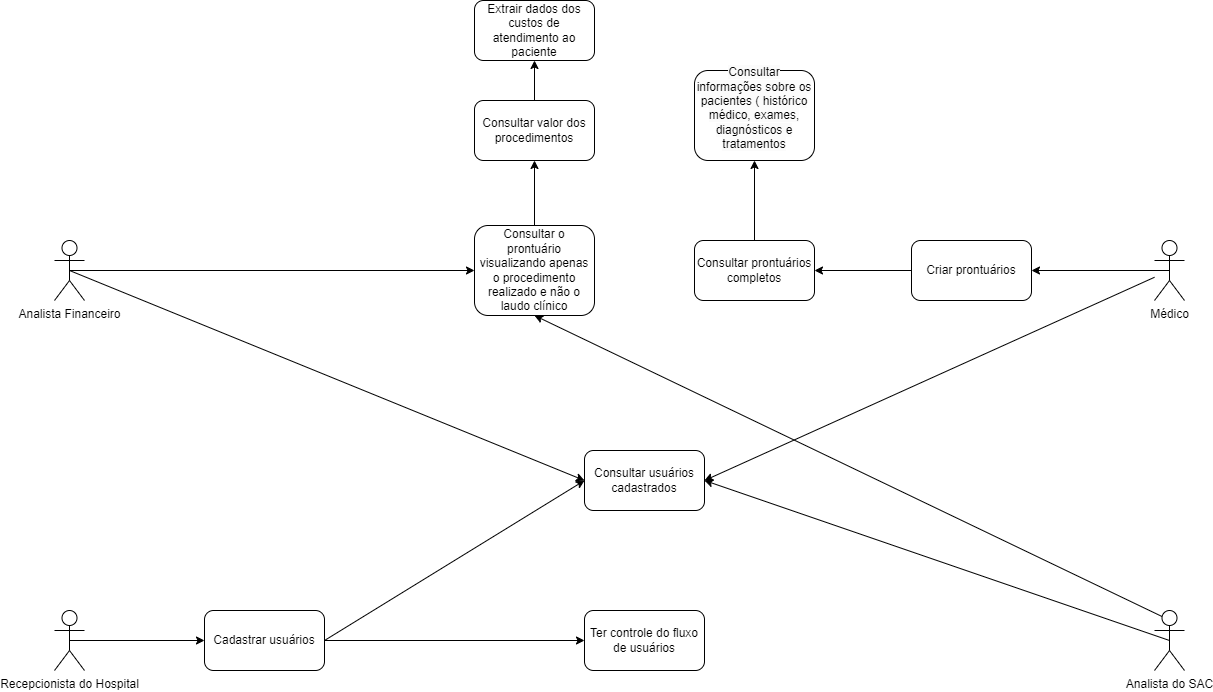
This is docs/img/diagrama_prontuário.png from ICEI-PUC-Minas-PMV-ADS/pmv-ads-2023-1-e2-proj-int-t3-pmv-ads-2023-1-e3-proj-int-t3-time4-pec, a draw.io export, as it was before one commit. Source tidied: cells renumbered, new cells last; positions are measured from the earlier drawing's top-left corner, leaving out a move shared by most shapes.
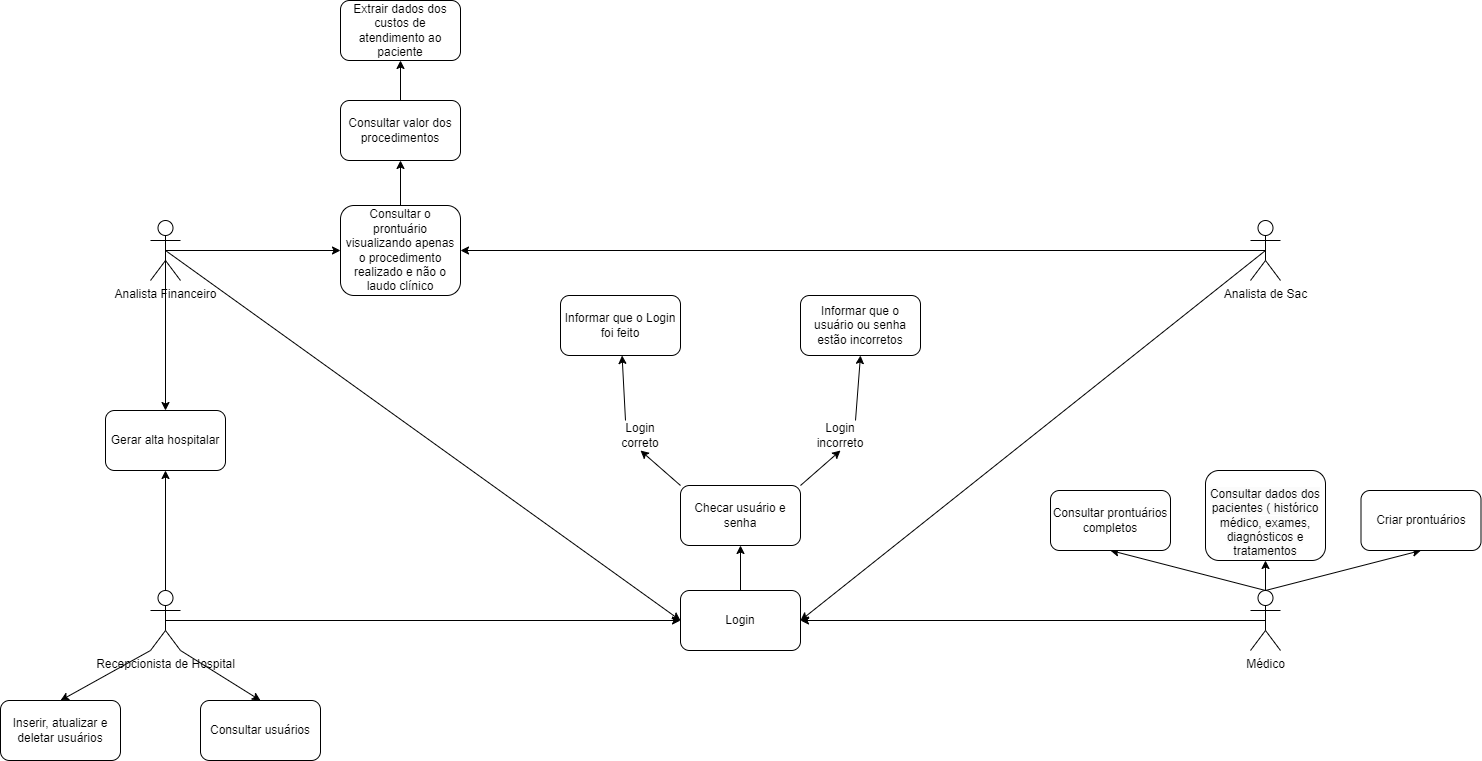
The same file after the commit.

What changed in the source:
```diff
@@ -2,89 +2,122 @@
   <root>
     <mxCell id="0" />
     <mxCell id="1" parent="0" />
-    <mxCell id="2" style="edgeStyle=orthogonalEdgeStyle;rounded=1;jettySize=auto;html=1;exitX=0.5;exitY=0.5;exitDx=0;exitDy=0;exitPerimeter=0;entryX=0;entryY=0.5;entryDx=0;entryDy=0;" parent="1" edge="1" source="3" target="15">
-      <mxGeometry relative="1" as="geometry" />
-    </mxCell>
+    <mxCell id="28" style="rounded=0;jettySize=auto;html=1;exitX=0.5;exitY=0.5;exitDx=0;exitDy=0;exitPerimeter=0;" parent="1" edge="1" source="3" target="42">
+      <mxGeometry relative="1" as="geometry" />
+    </mxCell>
+    <mxCell id="29" style="rounded=0;jettySize=auto;html=1;exitX=0;exitY=1;exitDx=0;exitDy=0;exitPerimeter=0;entryX=0.5;entryY=0;entryDx=0;entryDy=0;" parent="1" edge="1" source="3" target="53">
+      <mxGeometry relative="1" as="geometry" />
+    </mxCell>
+    <mxCell id="30" style="rounded=0;jettySize=auto;html=1;exitX=1;exitY=1;exitDx=0;exitDy=0;exitPerimeter=0;entryX=0.5;entryY=0;entryDx=0;entryDy=0;" parent="1" edge="1" source="3" target="52">
+      <mxGeometry relative="1" as="geometry" />
+    </mxCell>
+    <mxCell id="31" style="edgeStyle=orthogonalEdgeStyle;rounded=0;jettySize=auto;html=1;exitX=0.5;exitY=0;exitDx=0;exitDy=0;exitPerimeter=0;entryX=0.5;entryY=1;entryDx=0;entryDy=0;" parent="1" edge="1" source="3" target="54">
+      <mxGeometry relative="1" as="geometry" />
+    </mxCell>
-    <mxCell id="3" value="Recepcionista do Hospital" style="shape=umlActor;verticalLabelPosition=bottom;verticalAlign=top;html=1;outlineConnect=0;rounded=1;" parent="1" vertex="1">
+    <mxCell id="3" value="Recepcionista de Hospital&lt;br&gt;" style="shape=umlActor;verticalLabelPosition=bottom;verticalAlign=top;html=1;outlineConnect=0;rounded=1;" parent="1" vertex="1">
       <mxGeometry y="610" width="30" height="60" as="geometry" />
     </mxCell>
-    <mxCell id="4" style="edgeStyle=orthogonalEdgeStyle;rounded=1;jettySize=auto;html=1;exitX=0.5;exitY=0.5;exitDx=0;exitDy=0;exitPerimeter=0;entryX=1;entryY=0.5;entryDx=0;entryDy=0;" parent="1" edge="1" source="6" target="18">
-      <mxGeometry relative="1" as="geometry" />
-    </mxCell>
-    <mxCell id="5" style="rounded=1;jettySize=auto;html=1;entryX=1;entryY=0.5;entryDx=0;entryDy=0;" parent="1" edge="1" source="6" target="16">
-      <mxGeometry relative="1" as="geometry" />
-    </mxCell>
+    <mxCell id="32" style="rounded=0;jettySize=auto;html=1;exitX=0.5;exitY=0.5;exitDx=0;exitDy=0;exitPerimeter=0;entryX=1;entryY=0.5;entryDx=0;entryDy=0;" parent="1" edge="1" source="6" target="42">
+      <mxGeometry relative="1" as="geometry" />
+    </mxCell>
+    <mxCell id="33" style="edgeStyle=orthogonalEdgeStyle;rounded=0;jettySize=auto;html=1;exitX=0.5;exitY=0.5;exitDx=0;exitDy=0;exitPerimeter=0;entryX=1;entryY=0.5;entryDx=0;entryDy=0;" parent="1" edge="1" source="6" target="22">
+      <mxGeometry relative="1" as="geometry" />
+    </mxCell>
-    <mxCell id="6" value="Médico" style="shape=umlActor;verticalLabelPosition=bottom;verticalAlign=top;html=1;outlineConnect=0;rounded=1;" parent="1" vertex="1">
+    <mxCell id="6" value="Analista de Sac" style="shape=umlActor;verticalLabelPosition=bottom;verticalAlign=top;html=1;outlineConnect=0;rounded=1;" parent="1" vertex="1">
       <mxGeometry x="1100" y="240" width="30" height="60" as="geometry" />
     </mxCell>
-    <mxCell id="7" style="edgeStyle=none;rounded=1;jettySize=auto;html=1;exitX=0.5;exitY=0.5;exitDx=0;exitDy=0;exitPerimeter=0;entryX=0;entryY=0.5;entryDx=0;entryDy=0;" parent="1" edge="1" source="9" target="16">
-      <mxGeometry relative="1" as="geometry" />
-    </mxCell>
+    <mxCell id="34" style="rounded=0;jettySize=auto;html=1;exitX=0.5;exitY=0.5;exitDx=0;exitDy=0;exitPerimeter=0;entryX=0;entryY=0.5;entryDx=0;entryDy=0;" parent="1" edge="1" source="9" target="42">
+      <mxGeometry relative="1" as="geometry" />
+    </mxCell>
-    <mxCell id="8" style="edgeStyle=none;rounded=1;jettySize=auto;html=1;exitX=0.5;exitY=0.5;exitDx=0;exitDy=0;exitPerimeter=0;entryX=0;entryY=0.5;entryDx=0;entryDy=0;" parent="1" edge="1" source="9" target="22">
+    <mxCell id="8" style="edgeStyle=orthogonalEdgeStyle;rounded=0;jettySize=auto;html=1;exitX=0.5;exitY=0.5;exitDx=0;exitDy=0;exitPerimeter=0;entryX=0;entryY=0.5;entryDx=0;entryDy=0;" parent="1" edge="1" source="9" target="22">
       <mxGeometry relative="1" as="geometry" />
     </mxCell>
+    <mxCell id="35" style="edgeStyle=orthogonalEdgeStyle;rounded=0;jettySize=auto;html=1;exitX=0.5;exitY=0.5;exitDx=0;exitDy=0;exitPerimeter=0;entryX=0.5;entryY=0;entryDx=0;entryDy=0;" parent="1" edge="1" source="9" target="54">
+      <mxGeometry relative="1" as="geometry" />
+    </mxCell>
     <mxCell id="9" value="Analista Financeiro" style="shape=umlActor;verticalLabelPosition=bottom;verticalAlign=top;html=1;outlineConnect=0;rounded=1;" parent="1" vertex="1">
       <mxGeometry y="240" width="30" height="60" as="geometry" />
     </mxCell>
-    <mxCell id="10" style="edgeStyle=none;rounded=1;jettySize=auto;html=1;exitX=0.5;exitY=0.5;exitDx=0;exitDy=0;exitPerimeter=0;entryX=1;entryY=0.5;entryDx=0;entryDy=0;" parent="1" edge="1" source="12" target="16">
-      <mxGeometry relative="1" as="geometry" />
-    </mxCell>
-    <mxCell id="11" style="edgeStyle=none;rounded=1;jettySize=auto;html=1;exitX=0.25;exitY=0.1;exitDx=0;exitDy=0;exitPerimeter=0;entryX=0.5;entryY=1;entryDx=0;entryDy=0;" parent="1" edge="1" source="12" target="22">
-      <mxGeometry relative="1" as="geometry" />
-    </mxCell>
+    <mxCell id="36" style="rounded=0;jettySize=auto;html=1;exitX=0.5;exitY=0.5;exitDx=0;exitDy=0;exitPerimeter=0;entryX=1;entryY=0.5;entryDx=0;entryDy=0;" parent="1" edge="1" source="12" target="42">
+      <mxGeometry relative="1" as="geometry" />
+    </mxCell>
+    <mxCell id="37" style="edgeStyle=orthogonalEdgeStyle;rounded=0;jettySize=auto;html=1;exitX=0.5;exitY=0;exitDx=0;exitDy=0;exitPerimeter=0;entryX=0.5;entryY=1;entryDx=0;entryDy=0;" parent="1" edge="1" source="12" target="27">
+      <mxGeometry relative="1" as="geometry" />
+    </mxCell>
+    <mxCell id="38" style="rounded=0;jettySize=auto;html=1;exitX=0.5;exitY=0;exitDx=0;exitDy=0;exitPerimeter=0;entryX=0.5;entryY=1;entryDx=0;entryDy=0;" parent="1" edge="1" source="12" target="18">
+      <mxGeometry relative="1" as="geometry" />
+    </mxCell>
+    <mxCell id="39" style="rounded=0;jettySize=auto;html=1;exitX=0.5;exitY=0;exitDx=0;exitDy=0;exitPerimeter=0;entryX=0.5;entryY=1;entryDx=0;entryDy=0;" parent="1" edge="1" source="12" target="20">
+      <mxGeometry relative="1" as="geometry" />
+    </mxCell>
-    <mxCell id="12" value="Analista do SAC" style="shape=umlActor;verticalLabelPosition=bottom;verticalAlign=top;html=1;outlineConnect=0;rounded=1;" parent="1" vertex="1">
+    <mxCell id="12" value="Médico&lt;br&gt;" style="shape=umlActor;verticalLabelPosition=bottom;verticalAlign=top;html=1;outlineConnect=0;rounded=1;" parent="1" vertex="1">
       <mxGeometry x="1100" y="610" width="30" height="60" as="geometry" />
     </mxCell>
-    <mxCell id="13" style="edgeStyle=none;rounded=1;jettySize=auto;html=1;exitX=1;exitY=0.5;exitDx=0;exitDy=0;" parent="1" edge="1" source="15">
-      <mxGeometry relative="1" as="geometry">
-        <mxPoint x="530" y="480" as="targetPoint" />
-      </mxGeometry>
-    </mxCell>
-    <mxCell id="14" style="edgeStyle=none;rounded=1;jettySize=auto;html=1;exitX=1;exitY=0.5;exitDx=0;exitDy=0;" parent="1" edge="1" source="15" target="23">
-      <mxGeometry relative="1" as="geometry" />
-    </mxCell>
-    <mxCell id="15" value="Cadastrar usuários" style="rounded=1;whiteSpace=wrap;html=1;" parent="1" vertex="1">
-      <mxGeometry x="150" y="610" width="120" height="60" as="geometry" />
-    </mxCell>
-    <mxCell id="16" value="Consultar usuários cadastrados" style="rounded=1;whiteSpace=wrap;html=1;" parent="1" vertex="1">
-      <mxGeometry x="530" y="450" width="120" height="60" as="geometry" />
-    </mxCell>
-    <mxCell id="17" style="edgeStyle=orthogonalEdgeStyle;rounded=1;jettySize=auto;html=1;exitX=0;exitY=0.5;exitDx=0;exitDy=0;" parent="1" edge="1" source="18" target="20">
-      <mxGeometry relative="1" as="geometry" />
-    </mxCell>
     <mxCell id="18" value="Criar prontuários" style="rounded=1;whiteSpace=wrap;html=1;" parent="1" vertex="1">
-      <mxGeometry x="857" y="240" width="120" height="60" as="geometry" />
+      <mxGeometry x="1210.5" y="510" width="120" height="60" as="geometry" />
     </mxCell>
-    <mxCell id="19" style="edgeStyle=none;rounded=1;jettySize=auto;html=1;exitX=0.5;exitY=0;exitDx=0;exitDy=0;" parent="1" edge="1" source="20">
-      <mxGeometry relative="1" as="geometry">
-        <mxPoint x="700" y="160" as="targetPoint" />
-      </mxGeometry>
-    </mxCell>
     <mxCell id="20" value="Consultar prontuários completos" style="rounded=1;whiteSpace=wrap;html=1;" parent="1" vertex="1">
-      <mxGeometry x="640" y="240" width="120" height="60" as="geometry" />
+      <mxGeometry x="900" y="510" width="120" height="60" as="geometry" />
     </mxCell>
-    <mxCell id="21" style="edgeStyle=none;rounded=1;jettySize=auto;html=1;exitX=0.5;exitY=0;exitDx=0;exitDy=0;entryX=0.5;entryY=1;entryDx=0;entryDy=0;" parent="1" edge="1" source="22">
-      <mxGeometry relative="1" as="geometry">
-        <mxPoint x="480" y="160" as="targetPoint" />
-      </mxGeometry>
-    </mxCell>
+    <mxCell id="40" style="edgeStyle=orthogonalEdgeStyle;rounded=0;jettySize=auto;html=1;exitX=0.5;exitY=0;exitDx=0;exitDy=0;entryX=0.5;entryY=1;entryDx=0;entryDy=0;" parent="1" edge="1" source="22" target="25">
+      <mxGeometry relative="1" as="geometry" />
+    </mxCell>
     <mxCell id="22" value="Consultar o prontuário visualizando apenas o procedimento realizado e não o laudo clínico" style="rounded=1;whiteSpace=wrap;html=1;" parent="1" vertex="1">
-      <mxGeometry x="420" y="225" width="120" height="90" as="geometry" />
+      <mxGeometry x="190" y="225" width="120" height="90" as="geometry" />
     </mxCell>
-    <mxCell id="23" value="Ter controle do fluxo de usuários" style="rounded=1;whiteSpace=wrap;html=1;" parent="1" vertex="1">
-      <mxGeometry x="530" y="610" width="120" height="60" as="geometry" />
-    </mxCell>
     <mxCell id="24" style="edgeStyle=orthogonalEdgeStyle;rounded=0;jettySize=auto;html=1;exitX=0.5;exitY=0;exitDx=0;exitDy=0;entryX=0.5;entryY=1;entryDx=0;entryDy=0;" parent="1" edge="1" source="25" target="26">
       <mxGeometry relative="1" as="geometry" />
     </mxCell>
     <mxCell id="25" value="Consultar valor dos procedimentos" style="rounded=1;whiteSpace=wrap;html=1;" parent="1" vertex="1">
-      <mxGeometry x="420" y="100" width="120" height="60" as="geometry" />
+      <mxGeometry x="190" y="120" width="120" height="60" as="geometry" />
     </mxCell>
     <mxCell id="26" value="Extrair dados dos custos de atendimento ao paciente" style="rounded=1;whiteSpace=wrap;html=1;" parent="1" vertex="1">
-      <mxGeometry x="420" width="120" height="60" as="geometry" />
+      <mxGeometry x="190" y="20" width="120" height="60" as="geometry" />
     </mxCell>
-    <mxCell id="27" value="&#10;&lt;span style=&quot;color: rgb(0, 0, 0); font-family: Helvetica; font-size: 12px; font-style: normal; font-variant-ligatures: normal; font-variant-caps: normal; font-weight: 400; letter-spacing: normal; orphans: 2; text-align: center; text-indent: 0px; text-transform: none; widows: 2; word-spacing: 0px; -webkit-text-stroke-width: 0px; background-color: rgb(251, 251, 251); text-decoration-thickness: initial; text-decoration-style: initial; text-decoration-color: initial; float: none; display: inline !important;&quot;&gt;Consultar informações sobre os pacientes ( histórico médico, exames, diagnósticos e tratamentos&lt;/span&gt;&#10;&#10;" style="rounded=1;whiteSpace=wrap;html=1;" parent="1" vertex="1">
-      <mxGeometry x="640" y="70" width="120" height="90" as="geometry" />
+    <mxCell id="27" value="&lt;br&gt;&lt;span style=&quot;color: rgb(0, 0, 0); font-family: Helvetica; font-size: 12px; font-style: normal; font-variant-ligatures: normal; font-variant-caps: normal; font-weight: 400; letter-spacing: normal; orphans: 2; text-align: center; text-indent: 0px; text-transform: none; widows: 2; word-spacing: 0px; -webkit-text-stroke-width: 0px; background-color: rgb(251, 251, 251); text-decoration-thickness: initial; text-decoration-style: initial; text-decoration-color: initial; float: none; display: inline !important;&quot;&gt;Consultar dados dos pacientes ( histórico médico, exames, diagnósticos e tratamentos&lt;/span&gt;&lt;br&gt;" style="rounded=1;whiteSpace=wrap;html=1;" parent="1" vertex="1">
+      <mxGeometry x="1055" y="490" width="120" height="90" as="geometry" />
     </mxCell>
+    <mxCell id="41" style="edgeStyle=orthogonalEdgeStyle;rounded=0;jettySize=auto;html=1;exitX=0.5;exitY=0;exitDx=0;exitDy=0;entryX=0.5;entryY=1;entryDx=0;entryDy=0;" parent="1" edge="1" source="42" target="45">
+      <mxGeometry relative="1" as="geometry" />
+    </mxCell>
+    <mxCell id="42" value="Login" style="rounded=1;whiteSpace=wrap;html=1;" parent="1" vertex="1">
+      <mxGeometry x="530" y="610" width="120" height="60" as="geometry" />
+    </mxCell>
+    <mxCell id="43" style="rounded=0;jettySize=auto;html=1;exitX=0;exitY=0;exitDx=0;exitDy=0;entryX=0.5;entryY=1;entryDx=0;entryDy=0;" parent="1" edge="1" source="45" target="49">
+      <mxGeometry relative="1" as="geometry" />
+    </mxCell>
+    <mxCell id="44" style="rounded=0;jettySize=auto;html=1;exitX=1;exitY=0;exitDx=0;exitDy=0;entryX=0.5;entryY=1;entryDx=0;entryDy=0;" parent="1" edge="1" source="45" target="51">
+      <mxGeometry relative="1" as="geometry" />
+    </mxCell>
+    <mxCell id="45" value="Checar usuário e senha" style="rounded=1;whiteSpace=wrap;html=1;" parent="1" vertex="1">
+      <mxGeometry x="530" y="505" width="120" height="60" as="geometry" />
+    </mxCell>
+    <mxCell id="46" value="Informar que o usuário ou senha estão incorretos" style="rounded=1;whiteSpace=wrap;html=1;" parent="1" vertex="1">
+      <mxGeometry x="650" y="315" width="120" height="60" as="geometry" />
+    </mxCell>
+    <mxCell id="47" value="Informar que o Login foi feito" style="rounded=1;whiteSpace=wrap;html=1;" parent="1" vertex="1">
+      <mxGeometry x="410" y="315" width="120" height="60" as="geometry" />
+    </mxCell>
+    <mxCell id="48" style="rounded=0;jettySize=auto;html=1;exitX=0.25;exitY=0;exitDx=0;exitDy=0;" parent="1" edge="1" source="49" target="47">
+      <mxGeometry relative="1" as="geometry" />
+    </mxCell>
+    <mxCell id="49" value="Login correto" style="text;html=1;strokeColor=none;fillColor=none;align=center;verticalAlign=middle;whiteSpace=wrap;rounded=0;" parent="1" vertex="1">
+      <mxGeometry x="460" y="440" width="60" height="30" as="geometry" />
+    </mxCell>
+    <mxCell id="50" style="rounded=0;jettySize=auto;html=1;exitX=0.75;exitY=0;exitDx=0;exitDy=0;entryX=0.5;entryY=1;entryDx=0;entryDy=0;" parent="1" edge="1" source="51" target="46">
+      <mxGeometry relative="1" as="geometry" />
+    </mxCell>
+    <mxCell id="51" value="Login incorreto" style="text;html=1;strokeColor=none;fillColor=none;align=center;verticalAlign=middle;whiteSpace=wrap;rounded=0;" parent="1" vertex="1">
+      <mxGeometry x="660" y="440" width="60" height="30" as="geometry" />
+    </mxCell>
+    <mxCell id="52" value="Consultar usuários" style="rounded=1;whiteSpace=wrap;html=1;" parent="1" vertex="1">
+      <mxGeometry x="50" y="720" width="120" height="60" as="geometry" />
+    </mxCell>
+    <mxCell id="53" value="Inserir, atualizar e deletar usuários" style="rounded=1;whiteSpace=wrap;html=1;" parent="1" vertex="1">
+      <mxGeometry x="-150" y="720" width="120" height="60" as="geometry" />
+    </mxCell>
+    <mxCell id="54" value="Gerar alta hospitalar" style="rounded=1;whiteSpace=wrap;html=1;" parent="1" vertex="1">
+      <mxGeometry x="-45" y="430" width="120" height="60" as="geometry" />
+    </mxCell>
   </root>
 </mxGraphModel>
```
